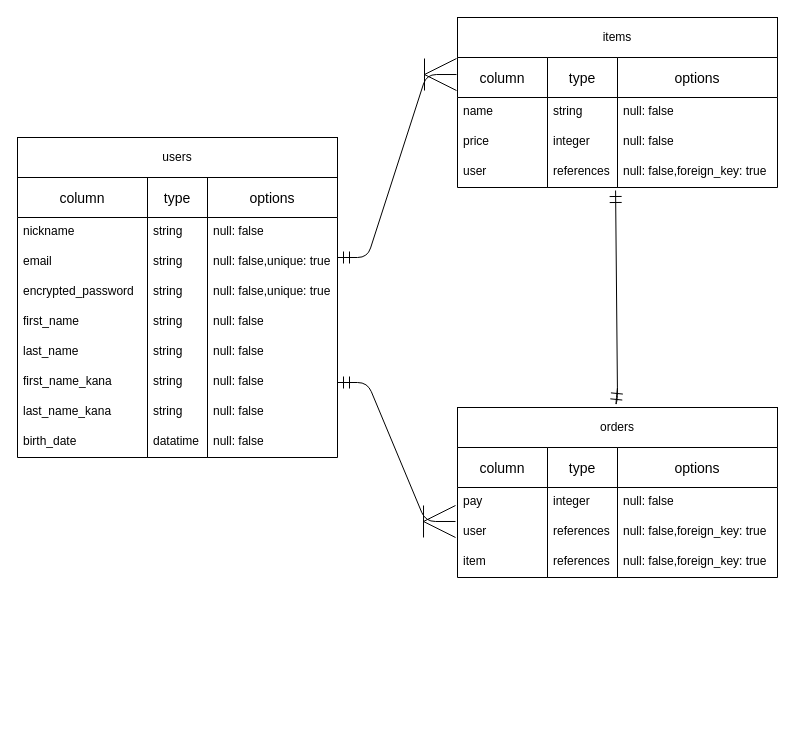
Above: furima.dio in Sugi-Hi/furima-39228 (draw.io), before the change. Source tidied: cells renumbered, new cells numbered last; positions are measured from the earlier drawing's top-left corner, leaving out a move shared by most shapes. Both pictures are drawn from the tidied source at 100%, with x=0, y=0 at pixel (17, 17).
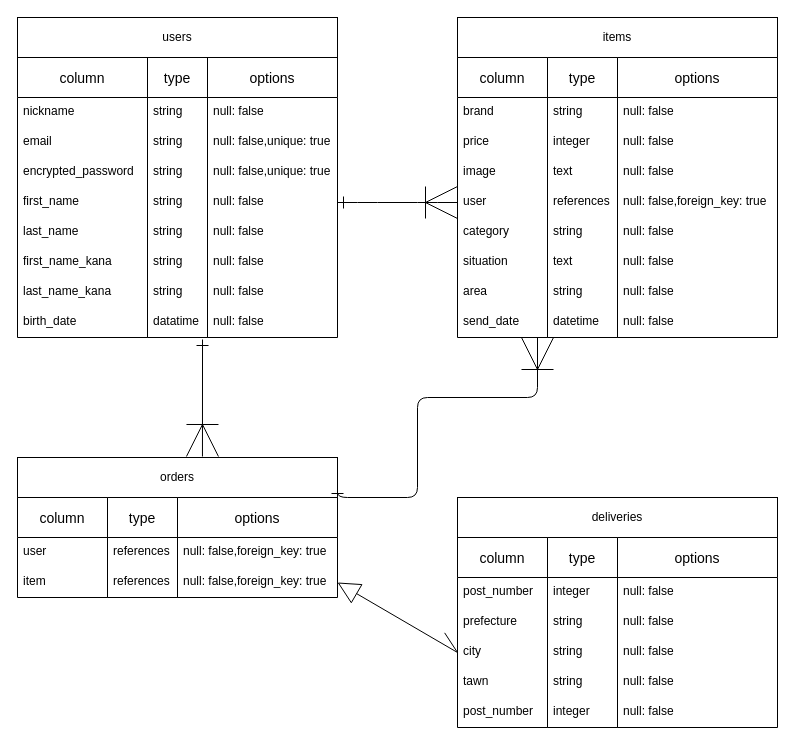
After the change.

Commit message (it also covers changes not shown here):
データベース設計の修正

The change refers to these unchanged cells:
```xml
<mxCell id="19" value="datatime" style="text;strokeColor=none;fillColor=none;spacingLeft=4;spacingRight=4;overflow=hidden;points=[[0,0.5],[1,0.5]];portConstraint=eastwest;fontSize=12;" parent="11" vertex="1">
  <mxGeometry y="250" width="60" height="30" as="geometry" />
</mxCell>
<mxCell id="24" value="null: false" style="text;strokeColor=none;fillColor=none;spacingLeft=4;spacingRight=4;overflow=hidden;points=[[0,0.5],[1,0.5]];portConstraint=eastwest;fontSize=12;" parent="20" vertex="1">
  <mxGeometry y="130" width="130" height="30" as="geometry" />
</mxCell>
<mxCell id="26" value="null: false" style="text;strokeColor=none;fillColor=none;spacingLeft=4;spacingRight=4;overflow=hidden;points=[[0,0.5],[1,0.5]];portConstraint=eastwest;fontSize=12;" parent="20" vertex="1">
  <mxGeometry y="190" width="130" height="30" as="geometry" />
</mxCell>
```

Diff of the diagram source:
```diff
@@
     <mxCell id="2" value="column" style="swimlane;fontStyle=0;horizontal=1;startSize=40;align=center;fontSize=14;" parent="1" vertex="1">
-      <mxGeometry y="160" width="130" height="280" as="geometry" />
+      <mxGeometry y="40" width="130" height="280" as="geometry" />
     </mxCell>
@@
     <mxCell id="11" value="type" style="swimlane;fontStyle=0;horizontal=1;startSize=40;align=center;fontSize=14;" parent="1" vertex="1">
-      <mxGeometry x="130" y="160" width="60" height="280" as="geometry" />
+      <mxGeometry x="130" y="40" width="60" height="280" as="geometry" />
     </mxCell>
@@
     <mxCell id="20" value="options" style="swimlane;fontStyle=0;horizontal=1;startSize=40;align=center;fontSize=14;" parent="1" vertex="1">
-      <mxGeometry x="190" y="160" width="130" height="280" as="geometry" />
+      <mxGeometry x="190" y="40" width="130" height="280" as="geometry" />
     </mxCell>
@@
     <mxCell id="29" value="users" style="whiteSpace=wrap;html=1;align=center;" parent="1" vertex="1">
-      <mxGeometry y="120" width="320" height="40" as="geometry" />
+      <mxGeometry width="320" height="40" as="geometry" />
     </mxCell>
@@
     <mxCell id="31" value="column" style="swimlane;fontStyle=0;horizontal=1;startSize=40;align=center;fontSize=14;" parent="1" vertex="1">
-      <mxGeometry x="440" y="40" width="90" height="130" as="geometry" />
+      <mxGeometry x="440" y="40" width="90" height="280" as="geometry" />
     </mxCell>
-    <mxCell id="32" value="name" style="text;strokeColor=none;fillColor=none;spacingLeft=4;spacingRight=4;overflow=hidden;fontSize=12;" parent="31" vertex="1">
+    <mxCell id="32" value="brand" style="text;strokeColor=none;fillColor=none;spacingLeft=4;spacingRight=4;overflow=hidden;fontSize=12;" parent="31" vertex="1">
       <mxGeometry y="40" width="90" height="30" as="geometry" />
     </mxCell>
@@
-    <mxCell id="34" value="user" style="text;strokeColor=none;fillColor=none;spacingLeft=4;spacingRight=4;overflow=hidden;fontSize=12;" parent="31" vertex="1">
+    <mxCell id="34" value="image" style="text;strokeColor=none;fillColor=none;spacingLeft=4;spacingRight=4;overflow=hidden;fontSize=12;" parent="31" vertex="1">
       <mxGeometry y="100" width="90" height="30" as="geometry" />
     </mxCell>
+    <mxCell id="59" value="user " style="text;strokeColor=none;fillColor=none;spacingLeft=4;spacingRight=4;overflow=hidden;points=[[0,0.5],[1,0.5]];portConstraint=eastwest;fontSize=12;" parent="31" vertex="1">
+      <mxGeometry y="130" width="90" height="30" as="geometry" />
+    </mxCell>
+    <mxCell id="60" value="category" style="text;strokeColor=none;fillColor=none;spacingLeft=4;spacingRight=4;overflow=hidden;fontSize=12;" parent="31" vertex="1">
+      <mxGeometry y="160" width="90" height="30" as="geometry" />
+    </mxCell>
+    <mxCell id="61" value="situation " style="text;strokeColor=none;fillColor=none;spacingLeft=4;spacingRight=4;overflow=hidden;fontSize=12;" parent="31" vertex="1">
+      <mxGeometry y="190" width="90" height="30" as="geometry" />
+    </mxCell>
+    <mxCell id="62" value="area" style="text;strokeColor=none;fillColor=none;spacingLeft=4;spacingRight=4;overflow=hidden;fontSize=12;" parent="31" vertex="1">
+      <mxGeometry y="220" width="90" height="30" as="geometry" />
+    </mxCell>
+    <mxCell id="63" value="send_date" style="text;strokeColor=none;fillColor=none;spacingLeft=4;spacingRight=4;overflow=hidden;fontSize=12;" parent="31" vertex="1">
+      <mxGeometry y="250" width="90" height="30" as="geometry" />
+    </mxCell>
     <mxCell id="35" value="type" style="swimlane;fontStyle=0;horizontal=1;startSize=40;align=center;fontSize=14;" parent="1" vertex="1">
-      <mxGeometry x="530" y="40" width="70" height="130" as="geometry" />
+      <mxGeometry x="530" y="40" width="70" height="280" as="geometry" />
     </mxCell>
@@
-    <mxCell id="38" value="references" style="text;strokeColor=none;fillColor=none;spacingLeft=4;spacingRight=4;overflow=hidden;fontSize=12;" parent="35" vertex="1">
+    <mxCell id="38" value="text" style="text;strokeColor=none;fillColor=none;spacingLeft=4;spacingRight=4;overflow=hidden;fontSize=12;" parent="35" vertex="1">
       <mxGeometry y="100" width="70" height="30" as="geometry" />
     </mxCell>
+    <mxCell id="64" value="references" style="text;strokeColor=none;fillColor=none;spacingLeft=4;spacingRight=4;overflow=hidden;fontSize=12;" parent="35" vertex="1">
+      <mxGeometry y="130" width="70" height="30" as="geometry" />
+    </mxCell>
+    <mxCell id="65" value="string" style="text;strokeColor=none;fillColor=none;spacingLeft=4;spacingRight=4;overflow=hidden;fontSize=12;" parent="35" vertex="1">
+      <mxGeometry y="160" width="70" height="30" as="geometry" />
+    </mxCell>
+    <mxCell id="66" value="text" style="text;strokeColor=none;fillColor=none;spacingLeft=4;spacingRight=4;overflow=hidden;fontSize=12;" parent="35" vertex="1">
+      <mxGeometry y="190" width="70" height="30" as="geometry" />
+    </mxCell>
+    <mxCell id="67" value="string" style="text;strokeColor=none;fillColor=none;spacingLeft=4;spacingRight=4;overflow=hidden;fontSize=12;" parent="35" vertex="1">
+      <mxGeometry y="220" width="70" height="30" as="geometry" />
+    </mxCell>
+    <mxCell id="68" value="datetime" style="text;strokeColor=none;fillColor=none;spacingLeft=4;spacingRight=4;overflow=hidden;fontSize=12;" parent="35" vertex="1">
+      <mxGeometry y="250" width="70" height="30" as="geometry" />
+    </mxCell>
     <mxCell id="39" value="options" style="swimlane;fontStyle=0;horizontal=1;startSize=40;align=center;fontSize=14;" parent="1" vertex="1">
-      <mxGeometry x="600" y="40" width="160" height="130" as="geometry" />
+      <mxGeometry x="600" y="40" width="160" height="280" as="geometry" />
     </mxCell>
@@
-    <mxCell id="42" value="null: false,foreign_key: true" style="text;strokeColor=none;fillColor=none;spacingLeft=4;spacingRight=4;overflow=hidden;points=[[0,0.5],[1,0.5]];portConstraint=eastwest;fontSize=12;" parent="39" vertex="1">
+    <mxCell id="42" value="null: false" style="text;strokeColor=none;fillColor=none;spacingLeft=4;spacingRight=4;overflow=hidden;points=[[0,0.5],[1,0.5]];portConstraint=eastwest;fontSize=12;" parent="39" vertex="1">
       <mxGeometry y="100" width="160" height="30" as="geometry" />
     </mxCell>
+    <mxCell id="69" value="null: false,foreign_key: true" style="text;strokeColor=none;fillColor=none;spacingLeft=4;spacingRight=4;overflow=hidden;fontSize=12;" parent="39" vertex="1">
+      <mxGeometry y="130" width="160" height="30" as="geometry" />
+    </mxCell>
+    <mxCell id="70" value="null: false" style="text;strokeColor=none;fillColor=none;spacingLeft=4;spacingRight=4;overflow=hidden;fontSize=12;" parent="39" vertex="1">
+      <mxGeometry y="160" width="160" height="30" as="geometry" />
+    </mxCell>
+    <mxCell id="71" value="null: false" style="text;strokeColor=none;fillColor=none;spacingLeft=4;spacingRight=4;overflow=hidden;fontSize=12;" parent="39" vertex="1">
+      <mxGeometry y="190" width="160" height="30" as="geometry" />
+    </mxCell>
+    <mxCell id="72" value="null: false" style="text;strokeColor=none;fillColor=none;spacingLeft=4;spacingRight=4;overflow=hidden;fontSize=12;" parent="39" vertex="1">
+      <mxGeometry y="220" width="160" height="30" as="geometry" />
+    </mxCell>
+    <mxCell id="73" value="null: false" style="text;strokeColor=none;fillColor=none;spacingLeft=4;spacingRight=4;overflow=hidden;fontSize=12;" parent="39" vertex="1">
+      <mxGeometry y="250" width="160" height="30" as="geometry" />
+    </mxCell>
     <mxCell id="43" value="orders" style="whiteSpace=wrap;html=1;align=center;" parent="1" vertex="1">
-      <mxGeometry x="440" y="390" width="320" height="40" as="geometry" />
+      <mxGeometry y="440" width="320" height="40" as="geometry" />
     </mxCell>
     <mxCell id="44" value="column" style="swimlane;fontStyle=0;horizontal=1;startSize=40;align=center;fontSize=14;" parent="1" vertex="1">
-      <mxGeometry x="440" y="430" width="90" height="130" as="geometry" />
+      <mxGeometry y="480" width="90" height="100" as="geometry" />
     </mxCell>
-    <mxCell id="45" value="pay" style="text;strokeColor=none;fillColor=none;spacingLeft=4;spacingRight=4;overflow=hidden;fontSize=12;" parent="44" vertex="1">
-      <mxGeometry y="40" width="90" height="30" as="geometry" />
-    </mxCell>
     <mxCell id="46" value="user" style="text;strokeColor=none;fillColor=none;spacingLeft=4;spacingRight=4;overflow=hidden;points=[[0,0.5],[1,0.5]];portConstraint=eastwest;fontSize=12;" parent="44" vertex="1">
-      <mxGeometry y="70" width="90" height="30" as="geometry" />
+      <mxGeometry y="40" width="90" height="30" as="geometry" />
     </mxCell>
     <mxCell id="47" value="item" style="text;strokeColor=none;fillColor=none;spacingLeft=4;spacingRight=4;overflow=hidden;fontSize=12;" parent="44" vertex="1">
-      <mxGeometry y="100" width="90" height="30" as="geometry" />
+      <mxGeometry y="70" width="90" height="30" as="geometry" />
     </mxCell>
     <mxCell id="48" value="type" style="swimlane;fontStyle=0;horizontal=1;startSize=40;align=center;fontSize=14;" parent="1" vertex="1">
-      <mxGeometry x="530" y="430" width="70" height="130" as="geometry" />
+      <mxGeometry x="90" y="480" width="70" height="100" as="geometry" />
     </mxCell>
-    <mxCell id="49" value="integer" style="text;strokeColor=none;fillColor=none;spacingLeft=4;spacingRight=4;overflow=hidden;fontSize=12;" parent="48" vertex="1">
-      <mxGeometry y="40" width="70" height="30" as="geometry" />
-    </mxCell>
     <mxCell id="50" value="references" style="text;strokeColor=none;fillColor=none;spacingLeft=4;spacingRight=4;overflow=hidden;fontSize=12;" parent="48" vertex="1">
-      <mxGeometry y="70" width="70" height="30" as="geometry" />
+      <mxGeometry y="40" width="70" height="30" as="geometry" />
     </mxCell>
     <mxCell id="51" value="references" style="text;strokeColor=none;fillColor=none;spacingLeft=4;spacingRight=4;overflow=hidden;fontSize=12;" parent="48" vertex="1">
-      <mxGeometry y="100" width="70" height="30" as="geometry" />
+      <mxGeometry y="70" width="70" height="30" as="geometry" />
     </mxCell>
     <mxCell id="52" value="options" style="swimlane;fontStyle=0;horizontal=1;startSize=40;align=center;fontSize=14;" parent="1" vertex="1">
-      <mxGeometry x="600" y="430" width="160" height="130" as="geometry" />
+      <mxGeometry x="160" y="480" width="160" height="100" as="geometry" />
     </mxCell>
-    <mxCell id="53" value="null: false" style="text;strokeColor=none;fillColor=none;spacingLeft=4;spacingRight=4;overflow=hidden;fontSize=12;" parent="52" vertex="1">
-      <mxGeometry y="40" width="160" height="30" as="geometry" />
-    </mxCell>
     <mxCell id="54" value="null: false,foreign_key: true" style="text;strokeColor=none;fillColor=none;spacingLeft=4;spacingRight=4;overflow=hidden;fontSize=12;" parent="52" vertex="1">
-      <mxGeometry y="70" width="160" height="30" as="geometry" />
+      <mxGeometry y="40" width="160" height="30" as="geometry" />
     </mxCell>
     <mxCell id="55" value="null: false,foreign_key: true" style="text;strokeColor=none;fillColor=none;spacingLeft=4;spacingRight=4;overflow=hidden;points=[[0,0.5],[1,0.5]];portConstraint=eastwest;fontSize=12;" parent="52" vertex="1">
-      <mxGeometry y="100" width="160" height="30" as="geometry" />
+      <mxGeometry y="70" width="160" height="30" as="geometry" />
     </mxCell>
-    <mxCell id="56" style="edgeStyle=entityRelationEdgeStyle;fontSize=12;html=1;endArrow=ERoneToMany;startArrow=ERmandOne;endSize=30;entryX=-0.011;entryY=0.131;entryDx=0;entryDy=0;entryPerimeter=0;targetPerimeterSpacing=0;startSize=10;" parent="1" edge="1" target="31">
-      <mxGeometry relative="1" as="geometry">
-        <mxPoint x="320" y="240" as="sourcePoint" />
-      </mxGeometry>
+    <mxCell id="56" style="edgeStyle=entityRelationEdgeStyle;fontSize=12;html=1;endArrow=ERoneToMany;startArrow=ERone;endSize=30;entryX=0;entryY=0.5;entryDx=0;entryDy=0;targetPerimeterSpacing=0;startSize=10;exitX=1;exitY=0.5;exitDx=0;exitDy=0;startFill=0;" parent="1" edge="1" source="24" target="59">
+      <mxGeometry relative="1" as="geometry" />
     </mxCell>
-    <mxCell id="57" style="edgeStyle=entityRelationEdgeStyle;fontSize=12;html=1;endArrow=ERoneToMany;startArrow=ERmandOne;endSize=30;entryX=-0.022;entryY=0.133;entryDx=0;entryDy=0;entryPerimeter=0;exitX=1;exitY=0.5;exitDx=0;exitDy=0;startSize=10;" parent="1" edge="1" source="26" target="46">
-      <mxGeometry relative="1" as="geometry" />
-    </mxCell>
-    <mxCell id="58" style="fontSize=12;html=1;endArrow=ERmandOne;startArrow=ERmandOne;endSize=10;entryX=-0.012;entryY=1.1;entryDx=0;entryDy=0;entryPerimeter=0;startSize=10;" parent="1" edge="1" target="42">
-      <mxGeometry relative="1" as="geometry">
-        <mxPoint x="600" y="370" as="sourcePoint" />
-        <Array as="points">
-          <mxPoint x="598" y="390" />
-          <mxPoint x="600" y="380" />
-        </Array>
-      </mxGeometry>
-    </mxCell>
+    <mxCell id="74" value="column" style="swimlane;fontStyle=0;horizontal=1;startSize=40;align=center;fontSize=14;" parent="1" vertex="1">
+      <mxGeometry x="440" y="520" width="90" height="190" as="geometry" />
+    </mxCell>
+    <mxCell id="75" value="post_number" style="text;strokeColor=none;fillColor=none;spacingLeft=4;spacingRight=4;overflow=hidden;fontSize=12;" parent="74" vertex="1">
+      <mxGeometry y="40" width="90" height="30" as="geometry" />
+    </mxCell>
+    <mxCell id="76" value="prefecture" style="text;strokeColor=none;fillColor=none;spacingLeft=4;spacingRight=4;overflow=hidden;fontSize=12;" parent="74" vertex="1">
+      <mxGeometry y="70" width="90" height="30" as="geometry" />
+    </mxCell>
+    <mxCell id="77" value="city" style="text;strokeColor=none;fillColor=none;spacingLeft=4;spacingRight=4;overflow=hidden;points=[[0,0.5],[1,0.5]];portConstraint=eastwest;fontSize=12;" parent="74" vertex="1">
+      <mxGeometry y="100" width="90" height="30" as="geometry" />
+    </mxCell>
+    <mxCell id="78" value="tawn" style="text;strokeColor=none;fillColor=none;spacingLeft=4;spacingRight=4;overflow=hidden;fontSize=12;" parent="74" vertex="1">
+      <mxGeometry y="130" width="90" height="30" as="geometry" />
+    </mxCell>
+    <mxCell id="79" value="post_number" style="text;strokeColor=none;fillColor=none;spacingLeft=4;spacingRight=4;overflow=hidden;fontSize=12;" parent="74" vertex="1">
+      <mxGeometry y="160" width="90" height="30" as="geometry" />
+    </mxCell>
+    <mxCell id="80" value="deliveries" style="whiteSpace=wrap;html=1;align=center;" parent="1" vertex="1">
+      <mxGeometry x="440" y="480" width="320" height="40" as="geometry" />
+    </mxCell>
+    <mxCell id="81" value="type" style="swimlane;fontStyle=0;horizontal=1;startSize=40;align=center;fontSize=14;" parent="1" vertex="1">
+      <mxGeometry x="530" y="520" width="70" height="190" as="geometry" />
+    </mxCell>
+    <mxCell id="49" value="integer" style="text;strokeColor=none;fillColor=none;spacingLeft=4;spacingRight=4;overflow=hidden;fontSize=12;" parent="81" vertex="1">
+      <mxGeometry y="40" width="70" height="30" as="geometry" />
+    </mxCell>
+    <mxCell id="82" value="string" style="text;strokeColor=none;fillColor=none;spacingLeft=4;spacingRight=4;overflow=hidden;fontSize=12;" parent="81" vertex="1">
+      <mxGeometry y="70" width="70" height="30" as="geometry" />
+    </mxCell>
+    <mxCell id="83" value="string" style="text;strokeColor=none;fillColor=none;spacingLeft=4;spacingRight=4;overflow=hidden;fontSize=12;" parent="81" vertex="1">
+      <mxGeometry y="100" width="70" height="30" as="geometry" />
+    </mxCell>
+    <mxCell id="84" value="string" style="text;strokeColor=none;fillColor=none;spacingLeft=4;spacingRight=4;overflow=hidden;fontSize=12;" parent="81" vertex="1">
+      <mxGeometry y="130" width="70" height="30" as="geometry" />
+    </mxCell>
+    <mxCell id="85" value="integer" style="text;strokeColor=none;fillColor=none;spacingLeft=4;spacingRight=4;overflow=hidden;fontSize=12;" parent="81" vertex="1">
+      <mxGeometry y="160" width="70" height="30" as="geometry" />
+    </mxCell>
+    <mxCell id="86" value="options" style="swimlane;fontStyle=0;horizontal=1;startSize=40;align=center;fontSize=14;" parent="1" vertex="1">
+      <mxGeometry x="600" y="520" width="160" height="190" as="geometry" />
+    </mxCell>
+    <mxCell id="53" value="null: false" style="text;strokeColor=none;fillColor=none;spacingLeft=4;spacingRight=4;overflow=hidden;fontSize=12;" parent="86" vertex="1">
+      <mxGeometry y="40" width="160" height="30" as="geometry" />
+    </mxCell>
+    <mxCell id="87" value="null: false" style="text;strokeColor=none;fillColor=none;spacingLeft=4;spacingRight=4;overflow=hidden;fontSize=12;" parent="86" vertex="1">
+      <mxGeometry y="70" width="160" height="30" as="geometry" />
+    </mxCell>
+    <mxCell id="88" value="null: false" style="text;strokeColor=none;fillColor=none;spacingLeft=4;spacingRight=4;overflow=hidden;fontSize=12;" parent="86" vertex="1">
+      <mxGeometry y="100" width="160" height="30" as="geometry" />
+    </mxCell>
+    <mxCell id="89" value="null: false" style="text;strokeColor=none;fillColor=none;spacingLeft=4;spacingRight=4;overflow=hidden;fontSize=12;" parent="86" vertex="1">
+      <mxGeometry y="130" width="160" height="30" as="geometry" />
+    </mxCell>
+    <mxCell id="90" value="null: false" style="text;strokeColor=none;fillColor=none;spacingLeft=4;spacingRight=4;overflow=hidden;fontSize=12;" parent="86" vertex="1">
+      <mxGeometry y="160" width="160" height="30" as="geometry" />
+    </mxCell>
+    <mxCell id="91" style="fontSize=12;html=1;endArrow=ERoneToMany;startArrow=ERone;endSize=30;targetPerimeterSpacing=0;startSize=10;exitX=0.917;exitY=1.067;exitDx=0;exitDy=0;exitPerimeter=0;entryX=0.578;entryY=-0.025;entryDx=0;entryDy=0;entryPerimeter=0;startFill=0;" parent="1" edge="1" source="19" target="43">
+      <mxGeometry relative="1" as="geometry" />
+    </mxCell>
+    <mxCell id="92" style="edgeStyle=none;html=1;exitX=1;exitY=0.5;exitDx=0;exitDy=0;entryX=0;entryY=0.5;entryDx=0;entryDy=0;startArrow=block;startFill=0;endArrow=openAsync;endFill=0;sourcePerimeterSpacing=0;startSize=20;endSize=20;targetPerimeterSpacing=0;" parent="1" edge="1" source="55" target="77">
+      <mxGeometry relative="1" as="geometry" />
+    </mxCell>
+    <mxCell id="93" style="edgeStyle=orthogonalEdgeStyle;fontSize=12;html=1;endArrow=ERoneToMany;startArrow=ERone;endSize=30;targetPerimeterSpacing=0;startSize=10;exitX=1;exitY=0.75;exitDx=0;exitDy=0;startFill=0;" parent="1" edge="1" source="43">
+      <mxGeometry relative="1" as="geometry">
+        <mxPoint x="520" y="320" as="targetPoint" />
+        <Array as="points">
+          <mxPoint x="320" y="480" />
+          <mxPoint x="400" y="480" />
+          <mxPoint x="400" y="380" />
+          <mxPoint x="520" y="380" />
+        </Array>
+      </mxGeometry>
+    </mxCell>
```
